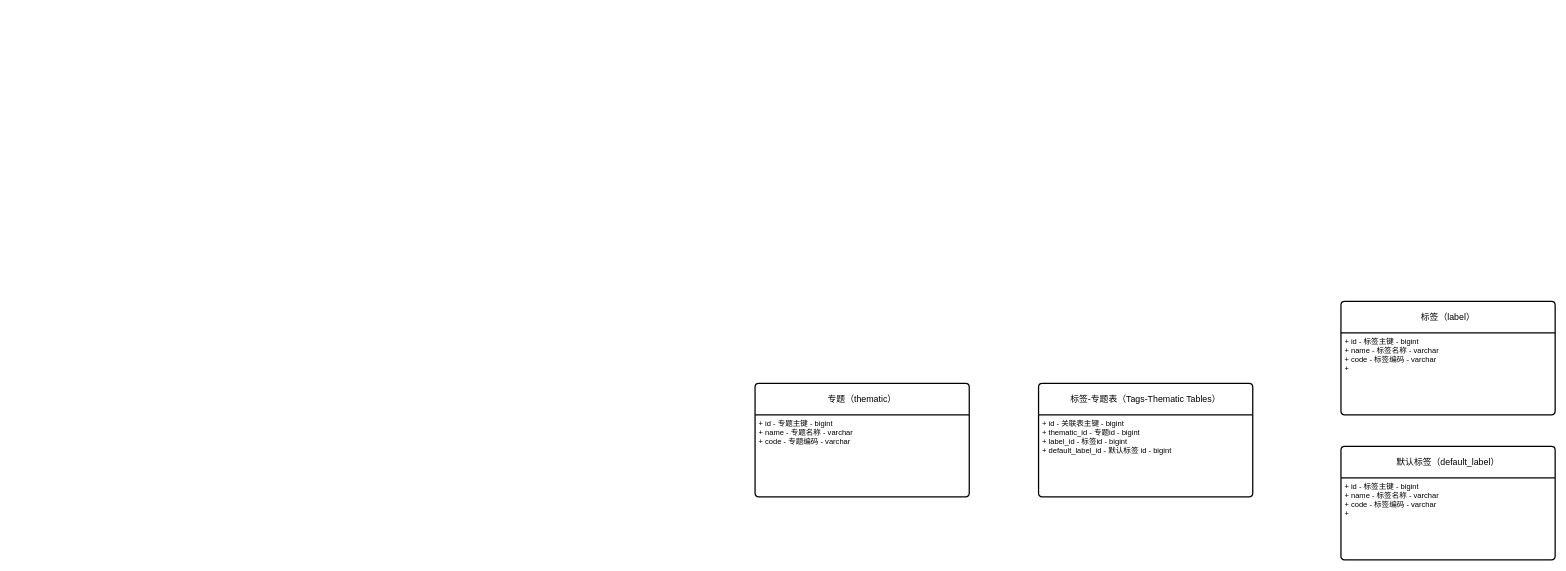
Before: mspaint/blog.drawio in D1isney/notes, a draw.io diagram. Source tidied: cells renumbered, new cells numbered last; positions are measured from the earlier drawing's top-left corner, leaving out a move shared by most shapes. Both pictures are drawn from the tidied source at 63%, with x=0, y=0 at pixel (755, 301).
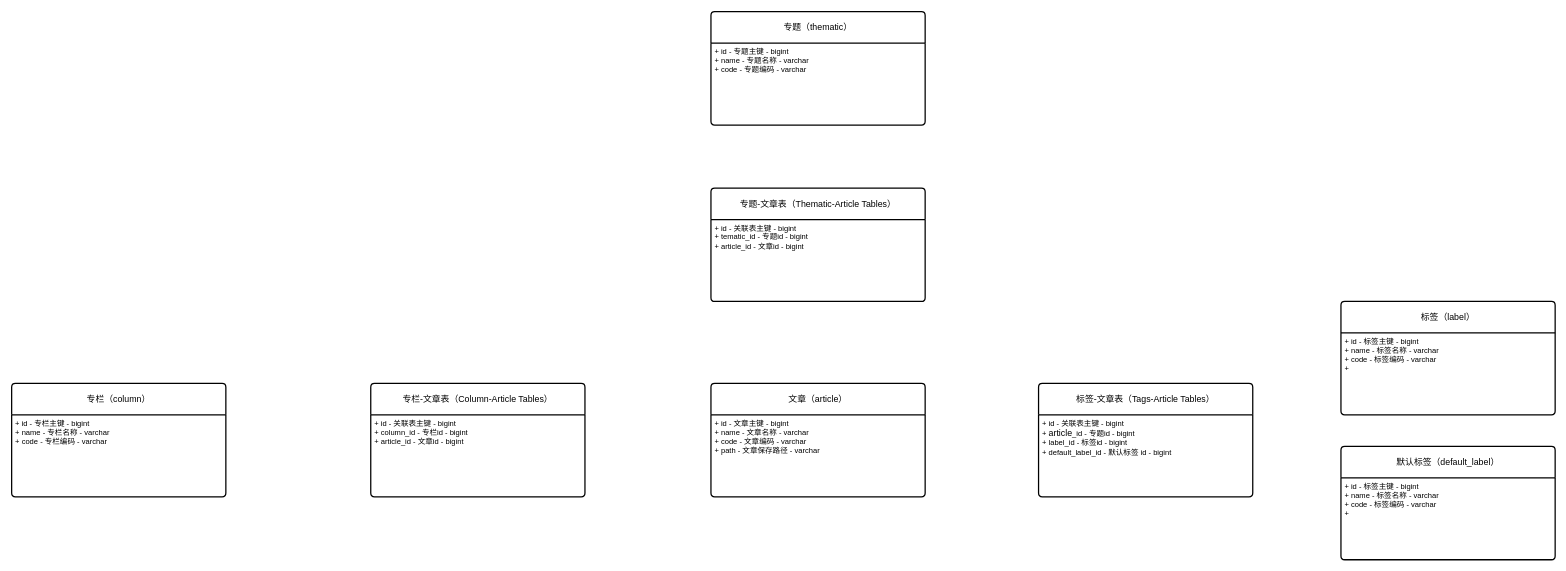
The same diagram, later.

The edit, as a diff of the source:
```diff
@@
 <mxGraphModel>
   <root>
     <mxCell id="0" />
     <mxCell id="1" parent="0" />
     <mxCell id="2" value="专题（&lt;span style=&quot;font-family: 微软雅黑; text-align: start; white-space-collapse: preserve;&quot;&gt;thematic&lt;/span&gt;）" style="swimlane;horizontal=1;startSize=50;rounded=1;fontSize=14;fontStyle=0;strokeWidth=2;shadow=0;dashed=0;align=center;arcSize=4;whiteSpace=wrap;html=1;" parent="1" vertex="1">
-      <mxGeometry y="130" width="340" height="180" as="geometry" />
+      <mxGeometry x="-70" y="-460" width="340" height="180" as="geometry" />
     </mxCell>
     <mxCell id="3" value="+ id - 专题主键 - bigint&lt;br&gt;+ name - 专题名称 - varchar&lt;br&gt;+ code - 专题编码 - varchar" style="align=left;strokeColor=none;fillColor=none;spacingLeft=4;spacingRight=4;fontSize=12;verticalAlign=top;html=1;whiteSpace=wrap;" parent="2" vertex="1">
       <mxGeometry y="50" width="340" height="130" as="geometry" />
     </mxCell>
     <mxCell id="4" value="标签（&lt;span style=&quot;font-family: 微软雅黑; text-align: start; white-space-collapse: preserve;&quot;&gt;label&lt;/span&gt;）" style="swimlane;horizontal=1;startSize=50;rounded=1;fontSize=14;fontStyle=0;strokeWidth=2;shadow=0;dashed=0;align=center;arcSize=4;whiteSpace=wrap;html=1;" parent="1" vertex="1">
       <mxGeometry x="930" width="340" height="180" as="geometry" />
     </mxCell>
     <mxCell id="5" value="+ id - 标签主键 - bigint&lt;br&gt;+ name - 标签名称 - varchar&lt;br&gt;+ code - 标签编码 - varchar&lt;div&gt;+&amp;nbsp;&lt;/div&gt;" style="align=left;strokeColor=none;fillColor=none;spacingLeft=4;spacingRight=4;fontSize=12;verticalAlign=top;html=1;whiteSpace=wrap;" parent="4" vertex="1">
       <mxGeometry y="50" width="340" height="130" as="geometry" />
     </mxCell>
-    <mxCell id="6" value="标签-专题表（&lt;span style=&quot;font-family: 微软雅黑; text-align: start; white-space-collapse: preserve;&quot;&gt;Tags-Thematic Tables&lt;/span&gt;）" style="swimlane;horizontal=1;startSize=50;rounded=1;fontSize=14;fontStyle=0;strokeWidth=2;shadow=0;dashed=0;align=center;arcSize=4;whiteSpace=wrap;html=1;" parent="1" vertex="1">
+    <mxCell id="6" value="标签-文章表（&lt;span style=&quot;font-family: 微软雅黑; text-align: start; white-space-collapse: preserve;&quot;&gt;Tags-Article Tables&lt;/span&gt;）" style="swimlane;horizontal=1;startSize=50;rounded=1;fontSize=14;fontStyle=0;strokeWidth=2;shadow=0;dashed=0;align=center;arcSize=4;whiteSpace=wrap;html=1;" parent="1" vertex="1">
       <mxGeometry x="450" y="130" width="340" height="180" as="geometry" />
     </mxCell>
-    <mxCell id="7" value="+ id - 关联表主键 - bigint&lt;div&gt;+ thematic_id - 专题id - bigint&lt;/div&gt;&lt;div&gt;+ label_id - 标签id - bigint&lt;/div&gt;&lt;div&gt;+ default_label_id - 默认标签 id - bigint&lt;/div&gt;" style="align=left;strokeColor=none;fillColor=none;spacingLeft=4;spacingRight=4;fontSize=12;verticalAlign=top;html=1;whiteSpace=wrap;" parent="6" vertex="1">
+    <mxCell id="7" value="+ id - 关联表主键 - bigint&lt;div&gt;+ &lt;font face=&quot;微软雅黑&quot;&gt;&lt;span style=&quot;font-size: 14px; white-space-collapse: preserve;&quot;&gt;article&lt;/span&gt;&lt;/font&gt;_id - 专题id - bigint&lt;/div&gt;&lt;div&gt;+ label_id - 标签id - bigint&lt;/div&gt;&lt;div&gt;+ default_label_id - 默认标签 id - bigint&lt;/div&gt;" style="align=left;strokeColor=none;fillColor=none;spacingLeft=4;spacingRight=4;fontSize=12;verticalAlign=top;html=1;whiteSpace=wrap;" parent="6" vertex="1">
       <mxGeometry y="50" width="340" height="130" as="geometry" />
     </mxCell>
     <mxCell id="8" value="默认标签（&lt;span style=&quot;font-family: 微软雅黑; text-align: start; white-space-collapse: preserve;&quot;&gt;default_&lt;/span&gt;&lt;span style=&quot;font-family: 微软雅黑; text-align: start; white-space-collapse: preserve;&quot;&gt;label&lt;/span&gt;）" style="swimlane;horizontal=1;startSize=50;rounded=1;fontSize=14;fontStyle=0;strokeWidth=2;shadow=0;dashed=0;align=center;arcSize=4;whiteSpace=wrap;html=1;" parent="1" vertex="1">
       <mxGeometry x="930" y="230" width="340" height="180" as="geometry" />
     </mxCell>
     <mxCell id="9" value="+ id - 标签主键 - bigint&lt;br&gt;+ name - 标签名称 - varchar&lt;br&gt;+ code - 标签编码 - varchar&lt;div&gt;+&amp;nbsp;&lt;/div&gt;" style="align=left;strokeColor=none;fillColor=none;spacingLeft=4;spacingRight=4;fontSize=12;verticalAlign=top;html=1;whiteSpace=wrap;" parent="8" vertex="1">
       <mxGeometry y="50" width="340" height="130" as="geometry" />
     </mxCell>
+    <mxCell id="10" value="文章（&lt;span style=&quot;font-family: 微软雅黑; text-align: start; white-space-collapse: preserve;&quot;&gt;article&lt;/span&gt;）" style="swimlane;horizontal=1;startSize=50;rounded=1;fontSize=14;fontStyle=0;strokeWidth=2;shadow=0;dashed=0;align=center;arcSize=4;whiteSpace=wrap;html=1;" parent="1" vertex="1">
+      <mxGeometry x="-70" y="130" width="340" height="180" as="geometry" />
+    </mxCell>
+    <mxCell id="11" value="+ id - 文章主键 - bigint&lt;br&gt;+ name - 文章名称 - varchar&lt;br&gt;+ code - 文章编码 - varchar&lt;div&gt;+ path - 文章保存路径 - varchar&lt;/div&gt;" style="align=left;strokeColor=none;fillColor=none;spacingLeft=4;spacingRight=4;fontSize=12;verticalAlign=top;html=1;whiteSpace=wrap;" parent="10" vertex="1">
+      <mxGeometry y="50" width="340" height="130" as="geometry" />
+    </mxCell>
+    <mxCell id="12" value="专题-文章表（T&lt;span style=&quot;font-family: 微软雅黑; text-align: start; white-space-collapse: preserve;&quot;&gt;hematic-Article Tables&lt;/span&gt;）" style="swimlane;horizontal=1;startSize=50;rounded=1;fontSize=14;fontStyle=0;strokeWidth=2;shadow=0;dashed=0;align=center;arcSize=4;whiteSpace=wrap;html=1;" parent="1" vertex="1">
+      <mxGeometry x="-70" y="-180" width="340" height="180" as="geometry" />
+    </mxCell>
+    <mxCell id="13" value="+ id - 关联表主键 - bigint&lt;br&gt;+ tematic_id - 专题id - bigint&lt;div&gt;+ article_id - 文章id - bigint&lt;/div&gt;" style="align=left;strokeColor=none;fillColor=none;spacingLeft=4;spacingRight=4;fontSize=12;verticalAlign=top;html=1;whiteSpace=wrap;" parent="12" vertex="1">
+      <mxGeometry y="50" width="340" height="130" as="geometry" />
+    </mxCell>
+    <mxCell id="14" value="专栏-文章表（C&lt;span style=&quot;font-family: 微软雅黑; text-align: start; white-space-collapse: preserve;&quot;&gt;olumn-Article Tables&lt;/span&gt;）" style="swimlane;horizontal=1;startSize=50;rounded=1;fontSize=14;fontStyle=0;strokeWidth=2;shadow=0;dashed=0;align=center;arcSize=4;whiteSpace=wrap;html=1;" parent="1" vertex="1">
+      <mxGeometry x="-610" y="130" width="340" height="180" as="geometry" />
+    </mxCell>
+    <mxCell id="15" value="+ id - 关联表主键 - bigint&lt;br&gt;+ column_id - 专栏id - bigint&lt;br&gt;+ article_id - 文章id - bigint" style="align=left;strokeColor=none;fillColor=none;spacingLeft=4;spacingRight=4;fontSize=12;verticalAlign=top;html=1;whiteSpace=wrap;" parent="14" vertex="1">
+      <mxGeometry y="50" width="340" height="130" as="geometry" />
+    </mxCell>
+    <mxCell id="16" value="专栏（&lt;span style=&quot;font-family: 微软雅黑; text-align: start; white-space-collapse: preserve;&quot;&gt;column&lt;/span&gt;）" style="swimlane;horizontal=1;startSize=50;rounded=1;fontSize=14;fontStyle=0;strokeWidth=2;shadow=0;dashed=0;align=center;arcSize=4;whiteSpace=wrap;html=1;" parent="1" vertex="1">
+      <mxGeometry x="-1180" y="130" width="340" height="180" as="geometry" />
+    </mxCell>
+    <mxCell id="17" value="+ id - 专栏主键 - bigint&lt;br&gt;+ name - 专栏名称 - varchar&lt;br&gt;+ code - 专栏编码 - varchar" style="align=left;strokeColor=none;fillColor=none;spacingLeft=4;spacingRight=4;fontSize=12;verticalAlign=top;html=1;whiteSpace=wrap;" parent="16" vertex="1">
+      <mxGeometry y="50" width="340" height="130" as="geometry" />
+    </mxCell>
   </root>
 </mxGraphModel>
```
